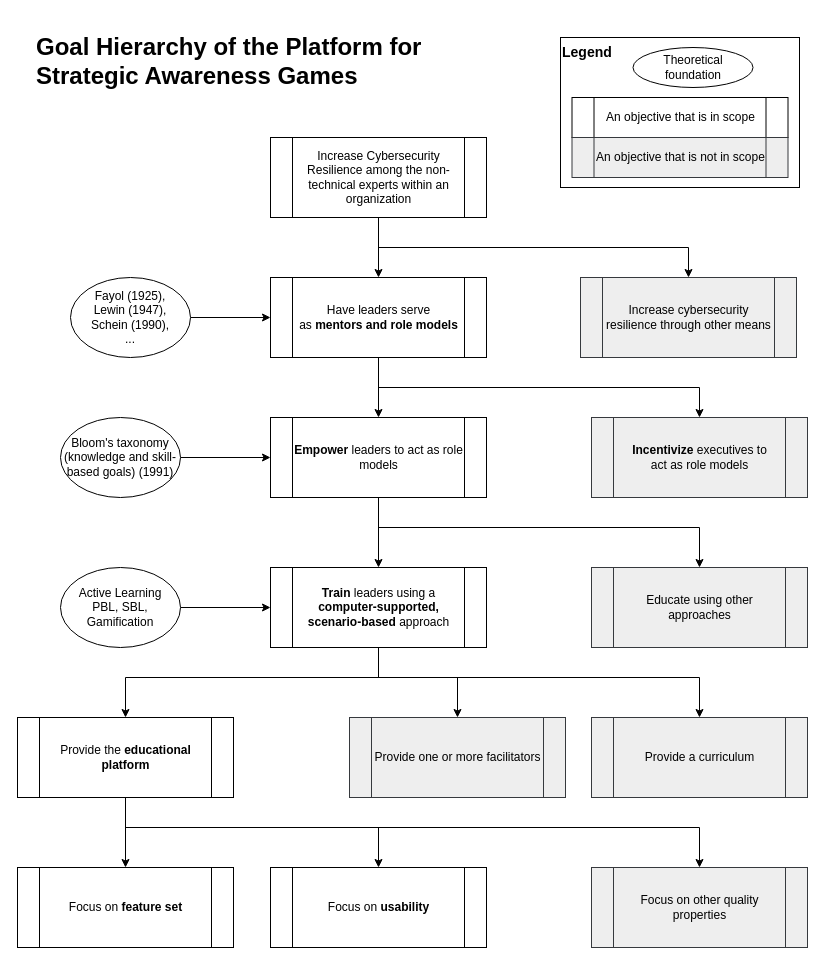
Elias-Ladenburger/CSEP keeps this draw.io diagram as artefacts/project-level/diagrams/editable_files/Goal hierarchy EEP.drawio. Above is the earlier version. Source tidied: cells renumbered, new cells numbered last; positions are measured from the earlier drawing's top-left corner, leaving out a move shared by most shapes. Both pictures are drawn from the tidied source at 100%, with x=0, y=0 at pixel (17, 27).
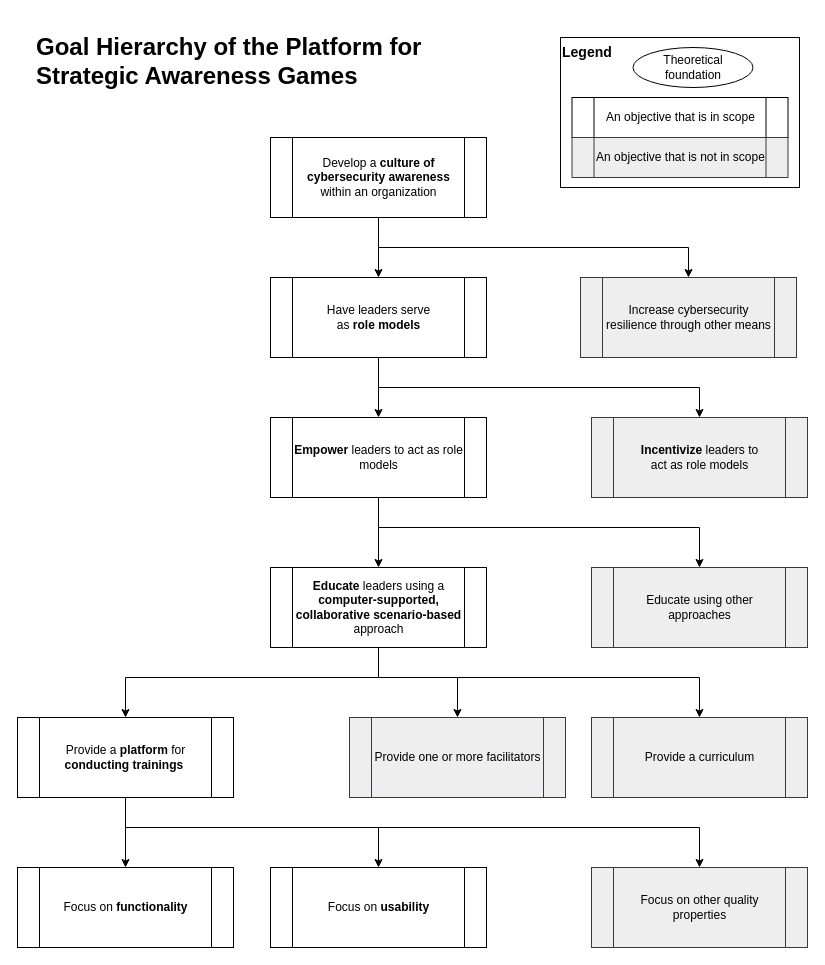
The same page after the edit.

Commit message:
Remove inline references from goal hierarchy

The change refers to these unchanged cells:
```xml
<mxCell id="11" value="&lt;b&gt;Empower&lt;/b&gt; leaders to act as role models" style="shape=process;whiteSpace=wrap;html=1;backgroundOutline=1;" parent="1" vertex="1">
  <mxGeometry x="253" y="390" width="216" height="80" as="geometry" />
</mxCell>
```

What changed in the source:
```diff
@@
-    <mxCell id="4" value="Increase Cybersecurity Resilience among the non-technical experts within an organization" style="shape=process;whiteSpace=wrap;html=1;backgroundOutline=1;" parent="1" vertex="1">
+    <mxCell id="4" value="Develop a &lt;b&gt;culture of cybersecurity awareness&lt;/b&gt; within an organization" style="shape=process;whiteSpace=wrap;html=1;backgroundOutline=1;" parent="1" vertex="1">
       <mxGeometry x="253" y="110" width="216" height="80" as="geometry" />
     </mxCell>
@@
-    <mxCell id="7" value="Have leaders serve &lt;br&gt;as &lt;b&gt;mentors and role models&lt;/b&gt;" style="shape=process;whiteSpace=wrap;html=1;backgroundOutline=1;" parent="1" vertex="1">
+    <mxCell id="7" value="Have leaders serve &lt;br&gt;as &lt;b&gt;role models&lt;/b&gt;" style="shape=process;whiteSpace=wrap;html=1;backgroundOutline=1;" parent="1" vertex="1">
       <mxGeometry x="253" y="250" width="216" height="80" as="geometry" />
     </mxCell>
@@
-    <mxCell id="12" value="&lt;b&gt;Incentivize &lt;/b&gt;executives to &lt;br&gt;act as role models " style="shape=process;whiteSpace=wrap;html=1;backgroundOutline=1;fillColor=#eeeeee;strokeColor=#36393d;" parent="1" vertex="1">
+    <mxCell id="12" value="&lt;b&gt;Incentivize &lt;/b&gt;leaders&lt;b&gt; &lt;/b&gt;to &lt;br&gt;act as role models " style="shape=process;whiteSpace=wrap;html=1;backgroundOutline=1;fillColor=#eeeeee;strokeColor=#36393d;" parent="1" vertex="1">
       <mxGeometry x="574" y="390" width="216" height="80" as="geometry" />
     </mxCell>
-    <mxCell id="13" style="edgeStyle=orthogonalEdgeStyle;rounded=0;jettySize=auto;html=1;" parent="1" edge="1" source="14" target="11">
-      <mxGeometry relative="1" as="geometry" />
-    </mxCell>
-    <mxCell id="14" value="Bloom's taxonomy (knowledge and skill-based goals) (1991)" style="ellipse;whiteSpace=wrap;html=1;" parent="1" vertex="1">
-      <mxGeometry x="43" y="390" width="120" height="80" as="geometry" />
-    </mxCell>
-    <mxCell id="15" style="edgeStyle=orthogonalEdgeStyle;rounded=0;jettySize=auto;html=1;" parent="1" edge="1" source="16" target="7">
-      <mxGeometry relative="1" as="geometry" />
-    </mxCell>
-    <mxCell id="16" value="&lt;div&gt;Fayol (1925),&lt;br&gt;&lt;/div&gt;&lt;div&gt;Lewin (1947),&lt;/div&gt;&lt;div&gt;Schein (1990),&lt;/div&gt;&lt;div&gt;...&lt;br&gt;&lt;/div&gt;" style="ellipse;whiteSpace=wrap;html=1;" parent="1" vertex="1">
-      <mxGeometry x="53" y="250" width="120" height="80" as="geometry" />
-    </mxCell>
@@
-    <mxCell id="20" value="&lt;b&gt;Train &lt;/b&gt;leaders using a &lt;b&gt;computer-supported, scenario-based &lt;/b&gt;approach" style="shape=process;whiteSpace=wrap;html=1;backgroundOutline=1;" parent="1" vertex="1">
+    <mxCell id="20" value="&lt;b&gt;Educate &lt;/b&gt;leaders using a &lt;b&gt;computer-supported, collaborative scenario-based &lt;/b&gt;approach" style="shape=process;whiteSpace=wrap;html=1;backgroundOutline=1;" parent="1" vertex="1">
       <mxGeometry x="253" y="540" width="216" height="80" as="geometry" />
     </mxCell>
@@
-    <mxCell id="24" value="Provide the &lt;b&gt;educational platform&lt;/b&gt;" style="shape=process;whiteSpace=wrap;html=1;backgroundOutline=1;" parent="1" vertex="1">
+    <mxCell id="24" value="Provide a &lt;b&gt;platform &lt;/b&gt;for &lt;b&gt;conducting trainings&amp;nbsp;&lt;/b&gt;" style="shape=process;whiteSpace=wrap;html=1;backgroundOutline=1;" parent="1" vertex="1">
       <mxGeometry y="690" width="216" height="80" as="geometry" />
     </mxCell>
@@
-    <mxCell id="26" style="edgeStyle=orthogonalEdgeStyle;rounded=0;jettySize=auto;html=1;" parent="1" edge="1" source="27" target="20">
-      <mxGeometry relative="1" as="geometry" />
-    </mxCell>
-    <mxCell id="27" value="&lt;div&gt;Active Learning&lt;/div&gt;&lt;div&gt;PBL, SBL, Gamification &lt;br&gt;&lt;/div&gt;" style="ellipse;whiteSpace=wrap;html=1;" parent="1" vertex="1">
-      <mxGeometry x="43" y="540" width="120" height="80" as="geometry" />
-    </mxCell>
@@
-    <mxCell id="32" value="Focus on &lt;b&gt;feature set&lt;/b&gt;" style="shape=process;whiteSpace=wrap;html=1;backgroundOutline=1;" parent="1" vertex="1">
+    <mxCell id="32" value="Focus on &lt;b&gt;functionality&lt;/b&gt;" style="shape=process;whiteSpace=wrap;html=1;backgroundOutline=1;" parent="1" vertex="1">
       <mxGeometry y="840" width="216" height="80" as="geometry" />
     </mxCell>
```
